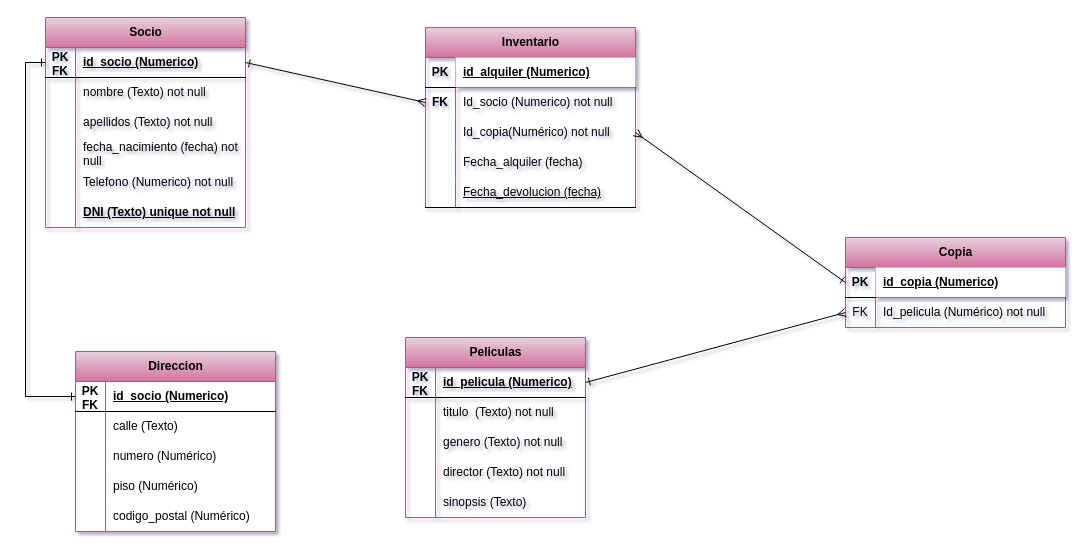
This is Videoclub.drawio from Nerealofe/practica-sql-videoclub, a draw.io file, before an edit. Source tidied: cells renumbered, new cells numbered last; positions are measured from the earlier drawing's top-left corner, leaving out a move shared by most shapes. Both pictures are drawn from the tidied source at 100%, with x=0, y=0 at pixel (45, 17).
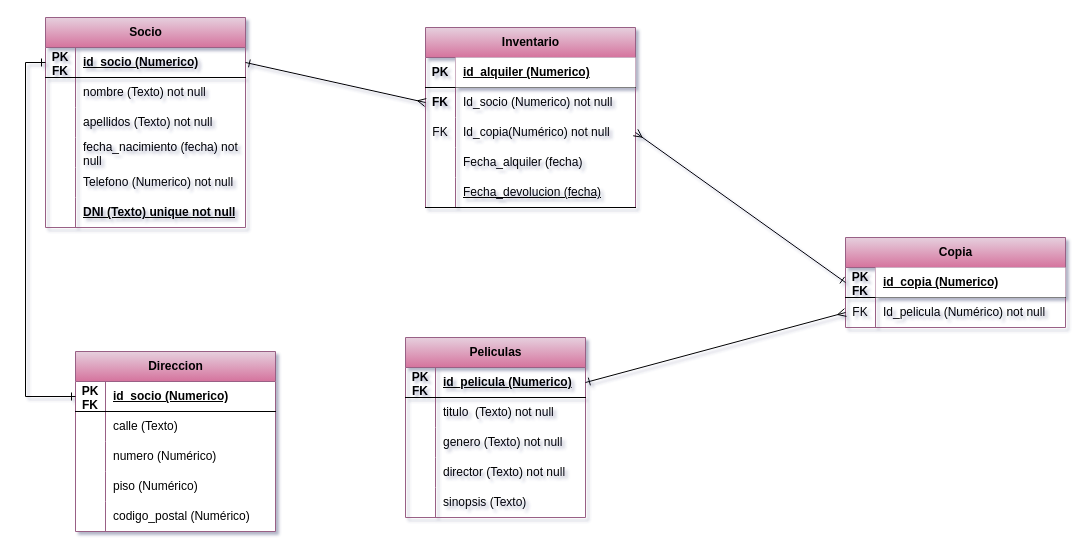
Above is the later version.

Unchanged cells that the change refers to:
```xml
<mxCell id="54" style="shape=tableRow;horizontal=0;startSize=0;swimlaneHead=0;swimlaneBody=0;fillColor=none;points=[[0,0.5],[1,0.5]];portConstraint=eastwest;top=0;left=0;right=0;bottom=1;" parent="53" vertex="1">
  <mxGeometry y="30" width="220" height="30" as="geometry" />
</mxCell>
<mxCell id="67" style="shape=tableRow;horizontal=0;startSize=0;swimlaneHead=0;swimlaneBody=0;fillColor=none;points=[[0,0.5],[1,0.5]];portConstraint=eastwest;top=0;left=0;right=0;bottom=0;" parent="60" vertex="1">
  <mxGeometry y="90" width="210" height="30" as="geometry" />
</mxCell>
```

Diff of the diagram source:
```diff
@@
-    <mxCell id="55" value="PK" style="shape=partialRectangle;fillColor=none;top=0;left=0;bottom=0;right=0;fontStyle=1;overflow=hidden;whiteSpace=wrap;html=1;" parent="54" vertex="1">
+    <mxCell id="55" value="PK FK" style="shape=partialRectangle;fillColor=none;top=0;left=0;bottom=0;right=0;fontStyle=1;overflow=hidden;whiteSpace=wrap;html=1;" parent="54" vertex="1">
       <mxGeometry width="30" height="30" as="geometry" />
     </mxCell>
@@
-    <mxCell id="68" style="shape=partialRectangle;fillColor=none;top=0;left=0;bottom=0;right=0;overflow=hidden;whiteSpace=wrap;html=1;" parent="67" vertex="1">
+    <mxCell id="68" value="FK" style="shape=partialRectangle;fillColor=none;top=0;left=0;bottom=0;right=0;overflow=hidden;whiteSpace=wrap;html=1;" parent="67" vertex="1">
       <mxGeometry width="30" height="30" as="geometry" />
     </mxCell>
```
